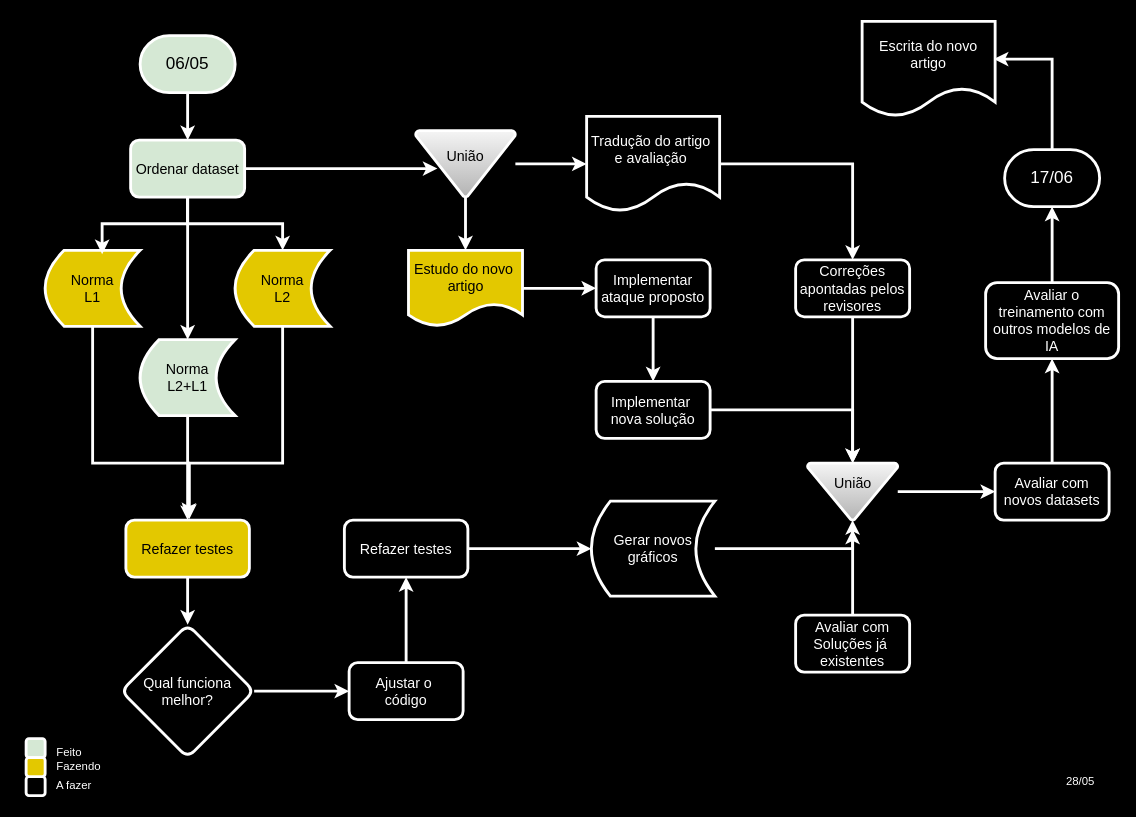
The draw.io diagram Diagrama sem nome.drawio in Morais727/Diagramas, before the edit. Source tidied: cells renumbered, new cells numbered last; positions are measured from the earlier drawing's top-left corner, leaving out a move shared by most shapes. Both pictures are drawn from the tidied source at 95%, with x=0, y=0 at pixel (16, 16).
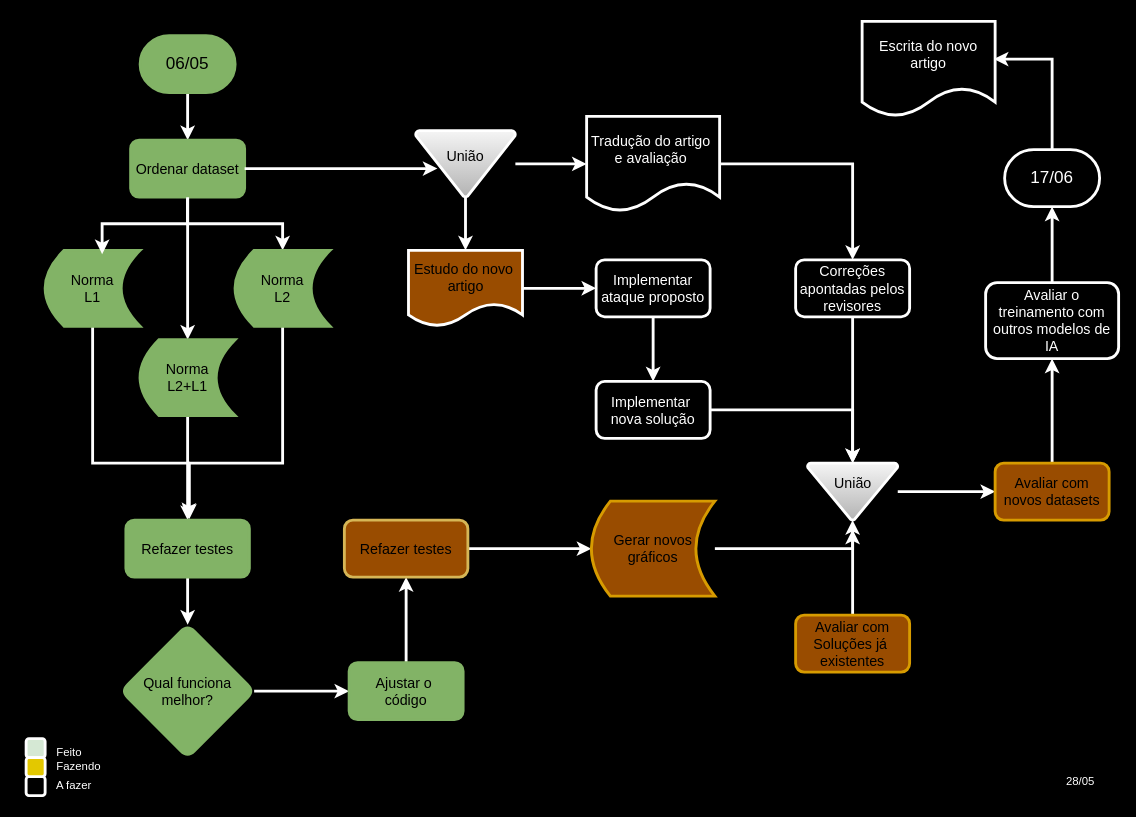
After the change.

What changed in the source:
```diff
@@
-    <mxCell id="4" value="&lt;font style=&quot;font-size: 18px;&quot;&gt;06/05&lt;/font&gt;" style="strokeWidth=3;html=1;shape=mxgraph.flowchart.terminator;whiteSpace=wrap;fillColor=#d5e8d4;strokeColor=#FFFFFF;" parent="1" vertex="1">
+    <mxCell id="4" value="&lt;font style=&quot;font-size: 18px;&quot;&gt;06/05&lt;/font&gt;" style="strokeWidth=3;html=1;shape=mxgraph.flowchart.terminator;whiteSpace=wrap;fillColor=#82B366;strokeColor=#82b366;" parent="1" vertex="1">
       <mxGeometry x="130" y="20" width="100" height="60" as="geometry" />
     </mxCell>
@@
-    <mxCell id="9" value="&lt;font style=&quot;font-size: 15px;&quot;&gt;Ordenar dataset&lt;/font&gt;" style="rounded=1;whiteSpace=wrap;html=1;fillColor=#d5e8d4;strokeColor=#FFFFFF;strokeWidth=3;" parent="1" vertex="1">
+    <mxCell id="9" value="&lt;font style=&quot;font-size: 15px;&quot;&gt;Ordenar dataset&lt;/font&gt;" style="rounded=1;whiteSpace=wrap;html=1;fillColor=#82B366;strokeColor=#82b366;strokeWidth=3;" parent="1" vertex="1">
       <mxGeometry x="120" y="130" width="120" height="60" as="geometry" />
     </mxCell>
@@
-    <mxCell id="11" value="&lt;font style=&quot;font-size: 15px;&quot;&gt;Norma&lt;br&gt;L1&lt;/font&gt;" style="shape=dataStorage;whiteSpace=wrap;html=1;fixedSize=1;fillColor=#e3c800;fontColor=#000000;strokeColor=#FFFFFF;strokeWidth=3;" parent="1" vertex="1">
+    <mxCell id="11" value="&lt;font style=&quot;font-size: 15px;&quot;&gt;Norma&lt;br&gt;L1&lt;/font&gt;" style="shape=dataStorage;whiteSpace=wrap;html=1;fixedSize=1;fillColor=#82B366;strokeColor=#82b366;strokeWidth=3;" parent="1" vertex="1">
       <mxGeometry x="30" y="246" width="100" height="80" as="geometry" />
     </mxCell>
@@
-    <mxCell id="13" value="&lt;font style=&quot;font-size: 15px;&quot;&gt;Norma&lt;br&gt;L2+L1&lt;/font&gt;" style="shape=dataStorage;whiteSpace=wrap;html=1;fixedSize=1;fillColor=#d5e8d4;strokeColor=#FFFFFF;strokeWidth=3;" parent="1" vertex="1">
+    <mxCell id="13" value="&lt;font style=&quot;font-size: 15px;&quot;&gt;Norma&lt;br&gt;L2+L1&lt;/font&gt;" style="shape=dataStorage;whiteSpace=wrap;html=1;fixedSize=1;fillColor=#82B366;strokeColor=#82b366;strokeWidth=3;" parent="1" vertex="1">
       <mxGeometry x="130" y="340" width="100" height="80" as="geometry" />
     </mxCell>
@@
-    <mxCell id="15" value="&lt;font style=&quot;font-size: 15px;&quot;&gt;Norma&lt;br&gt;L2&lt;/font&gt;" style="shape=dataStorage;whiteSpace=wrap;html=1;fixedSize=1;fillColor=#e3c800;fontColor=#000000;strokeColor=#FFFFFF;strokeWidth=3;" parent="1" vertex="1">
+    <mxCell id="15" value="&lt;font style=&quot;font-size: 15px;&quot;&gt;Norma&lt;br&gt;L2&lt;/font&gt;" style="shape=dataStorage;whiteSpace=wrap;html=1;fixedSize=1;fillColor=#82B366;strokeColor=#82b366;strokeWidth=3;" parent="1" vertex="1">
       <mxGeometry x="230" y="246" width="100" height="80" as="geometry" />
     </mxCell>
@@
-    <mxCell id="17" value="&lt;font style=&quot;font-size: 15px;&quot;&gt;Refazer testes&lt;/font&gt;" style="rounded=1;whiteSpace=wrap;html=1;fillColor=#e3c800;fontColor=#000000;strokeColor=#FFFFFF;strokeWidth=3;" parent="1" vertex="1">
+    <mxCell id="17" value="&lt;font style=&quot;font-size: 15px;&quot;&gt;Refazer testes&lt;/font&gt;" style="rounded=1;whiteSpace=wrap;html=1;fillColor=#82B366;strokeColor=#82b366;strokeWidth=3;" parent="1" vertex="1">
       <mxGeometry x="115" y="530" width="130" height="60" as="geometry" />
     </mxCell>
@@
-    <mxCell id="19" value="&lt;font style=&quot;font-size: 15px;&quot;&gt;Qual funciona melhor?&lt;/font&gt;" style="rhombus;whiteSpace=wrap;html=1;rounded=1;strokeColor=#FFFFFF;align=center;verticalAlign=middle;fontFamily=Helvetica;fontSize=12;fontColor=#FFFFFF;fillColor=none;strokeWidth=3;labelBackgroundColor=none;" parent="1" vertex="1">
+    <mxCell id="19" value="&lt;font style=&quot;font-size: 15px;&quot;&gt;Qual funciona melhor?&lt;/font&gt;" style="rhombus;whiteSpace=wrap;html=1;rounded=1;strokeColor=#82b366;align=center;verticalAlign=middle;fontFamily=Helvetica;fontSize=12;fillColor=#82B366;strokeWidth=3;labelBackgroundColor=none;" parent="1" vertex="1">
       <mxGeometry x="110" y="640" width="140" height="140" as="geometry" />
     </mxCell>
@@
-    <mxCell id="21" value="&lt;font style=&quot;font-size: 15px;&quot;&gt;Ajustar o&amp;nbsp;&lt;br&gt;código&lt;/font&gt;" style="rounded=1;whiteSpace=wrap;html=1;strokeColor=#FFFFFF;align=center;verticalAlign=middle;fontFamily=Helvetica;fontSize=12;fontColor=#FFFFFF;fillColor=none;strokeWidth=3;labelBackgroundColor=none;" parent="1" vertex="1">
+    <mxCell id="21" value="&lt;font style=&quot;font-size: 15px;&quot;&gt;Ajustar o&amp;nbsp;&lt;br&gt;código&lt;/font&gt;" style="rounded=1;whiteSpace=wrap;html=1;strokeColor=#82b366;align=center;verticalAlign=middle;fontFamily=Helvetica;fontSize=12;fillColor=#82B366;strokeWidth=3;labelBackgroundColor=none;" parent="1" vertex="1">
       <mxGeometry x="350" y="680" width="120" height="60" as="geometry" />
     </mxCell>
@@
-    <mxCell id="23" value="&lt;font style=&quot;font-size: 15px;&quot;&gt;Refazer testes&lt;/font&gt;" style="rounded=1;whiteSpace=wrap;html=1;strokeColor=#FFFFFF;strokeWidth=3;labelBackgroundColor=none;fontColor=#FFFFFF;fillColor=none;" parent="1" vertex="1">
+    <mxCell id="23" value="&lt;font style=&quot;font-size: 15px;&quot;&gt;Refazer testes&lt;/font&gt;" style="rounded=1;whiteSpace=wrap;html=1;strokeColor=#d6b656;strokeWidth=3;labelBackgroundColor=none;fillColor=#994C00;" parent="1" vertex="1">
       <mxGeometry x="345" y="530" width="130" height="60" as="geometry" />
     </mxCell>
@@
-    <mxCell id="27" value="&lt;font style=&quot;font-size: 15px;&quot;&gt;Gerar novos&lt;br&gt;gráficos&lt;/font&gt;" style="shape=dataStorage;whiteSpace=wrap;html=1;fixedSize=1;rounded=1;strokeColor=#FFFFFF;align=center;verticalAlign=middle;fontFamily=Helvetica;fontSize=12;fontColor=#FFFFFF;fillColor=none;strokeWidth=3;labelBackgroundColor=none;" parent="1" vertex="1">
+    <mxCell id="27" value="&lt;font style=&quot;font-size: 15px;&quot;&gt;Gerar novos&lt;br&gt;gráficos&lt;/font&gt;" style="shape=dataStorage;whiteSpace=wrap;html=1;fixedSize=1;rounded=1;strokeColor=#d79b00;align=center;verticalAlign=middle;fontFamily=Helvetica;fontSize=12;fillColor=#994C00;strokeWidth=3;labelBackgroundColor=none;" parent="1" vertex="1">
       <mxGeometry x="605" y="510" width="130" height="100" as="geometry" />
     </mxCell>
@@
-    <mxCell id="29" value="&lt;font style=&quot;font-size: 15px;&quot;&gt;Estudo do novo&amp;nbsp;&lt;/font&gt;&lt;div style=&quot;font-size: 15px;&quot;&gt;&lt;font style=&quot;font-size: 15px;&quot;&gt;artigo&lt;/font&gt;&lt;/div&gt;" style="shape=document;whiteSpace=wrap;html=1;boundedLbl=1;rounded=1;strokeColor=#FFFFFF;align=center;verticalAlign=middle;fontFamily=Helvetica;fontSize=12;fontColor=#000000;fillColor=#e3c800;strokeWidth=3;" parent="1" vertex="1">
+    <mxCell id="29" value="&lt;font style=&quot;font-size: 15px;&quot;&gt;Estudo do novo&amp;nbsp;&lt;/font&gt;&lt;div style=&quot;font-size: 15px;&quot;&gt;&lt;font style=&quot;font-size: 15px;&quot;&gt;artigo&lt;/font&gt;&lt;/div&gt;" style="shape=document;whiteSpace=wrap;html=1;boundedLbl=1;rounded=1;strokeColor=#FFFFFF;align=center;verticalAlign=middle;fontFamily=Helvetica;fontSize=12;fontColor=#000000;fillColor=#994C00;strokeWidth=3;" parent="1" vertex="1">
       <mxGeometry x="412.5" y="246" width="120" height="80" as="geometry" />
     </mxCell>
@@
-    <mxCell id="36" value="&lt;font style=&quot;font-size: 15px;&quot;&gt;Avaliar com&lt;br&gt;Soluções já&amp;nbsp;&lt;br&gt;existentes&lt;/font&gt;" style="rounded=1;whiteSpace=wrap;html=1;strokeColor=#FFFFFF;align=center;verticalAlign=middle;fontFamily=Helvetica;fontSize=12;fontColor=#FFFFFF;fillColor=none;strokeWidth=3;labelBackgroundColor=none;" parent="1" vertex="1">
+    <mxCell id="36" value="&lt;font style=&quot;font-size: 15px;&quot;&gt;Avaliar com&lt;br&gt;Soluções já&amp;nbsp;&lt;br&gt;existentes&lt;/font&gt;" style="rounded=1;whiteSpace=wrap;html=1;strokeColor=#d79b00;align=center;verticalAlign=middle;fontFamily=Helvetica;fontSize=12;fillColor=#994C00;strokeWidth=3;labelBackgroundColor=none;" parent="1" vertex="1">
       <mxGeometry x="820" y="630" width="120" height="60" as="geometry" />
     </mxCell>
@@
-    <mxCell id="40" value="&lt;font style=&quot;font-size: 15px;&quot;&gt;Avaliar com novos datasets&lt;/font&gt;" style="rounded=1;whiteSpace=wrap;html=1;strokeColor=#FFFFFF;align=center;verticalAlign=middle;fontFamily=Helvetica;fontSize=12;fontColor=#FFFFFF;fillColor=none;strokeWidth=3;labelBackgroundColor=none;" parent="1" vertex="1">
+    <mxCell id="40" value="&lt;font style=&quot;font-size: 15px;&quot;&gt;Avaliar com novos datasets&lt;/font&gt;" style="rounded=1;whiteSpace=wrap;html=1;strokeColor=#d79b00;align=center;verticalAlign=middle;fontFamily=Helvetica;fontSize=12;fillColor=#994C00;strokeWidth=3;labelBackgroundColor=none;" parent="1" vertex="1">
       <mxGeometry x="1030" y="470" width="120" height="60" as="geometry" />
     </mxCell>
```
